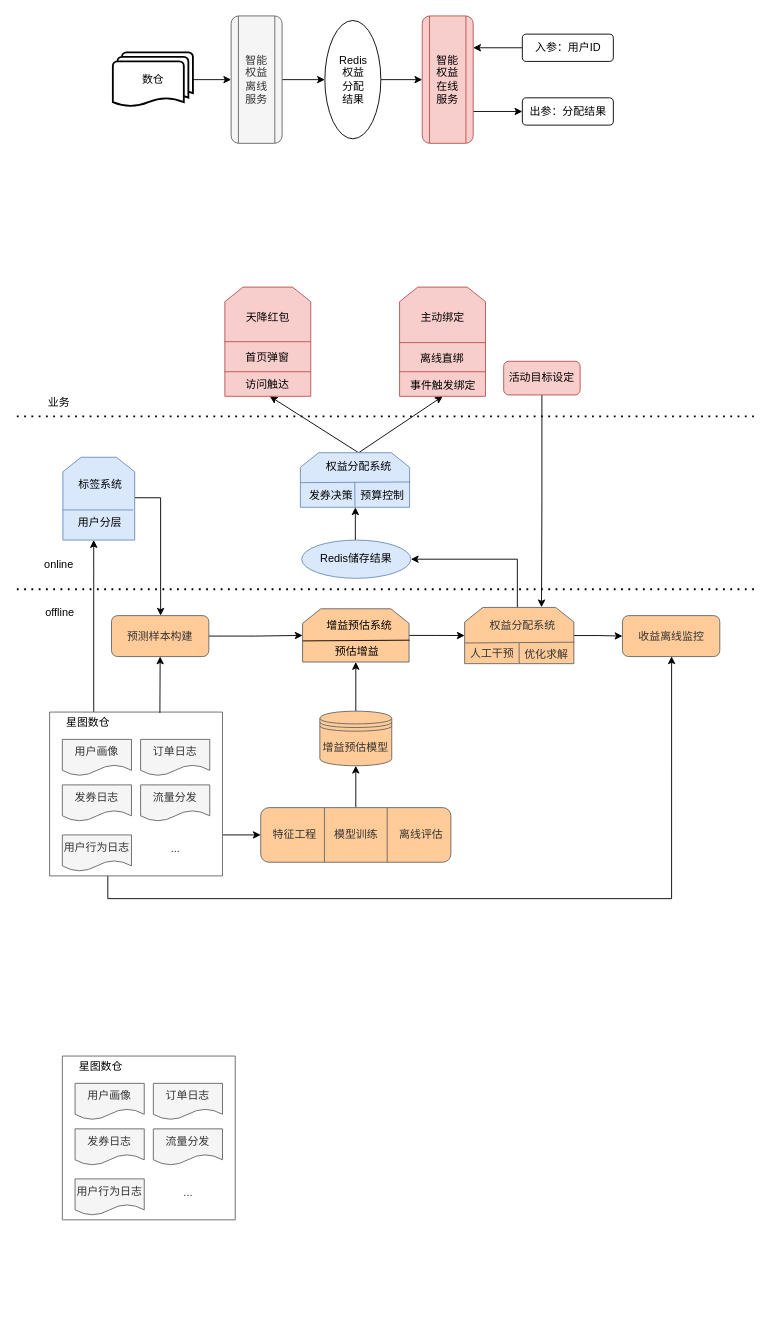
The draw.io diagram 小程序TRD.drawio in JintaiYang/drawio, before the edit. Source tidied: cells renumbered, new cells numbered last; positions are measured from the earlier drawing's top-left corner, leaving out a move shared by most shapes. Both pictures are drawn from the tidied source at 91%, with x=0, y=0 at pixel (16, 15).
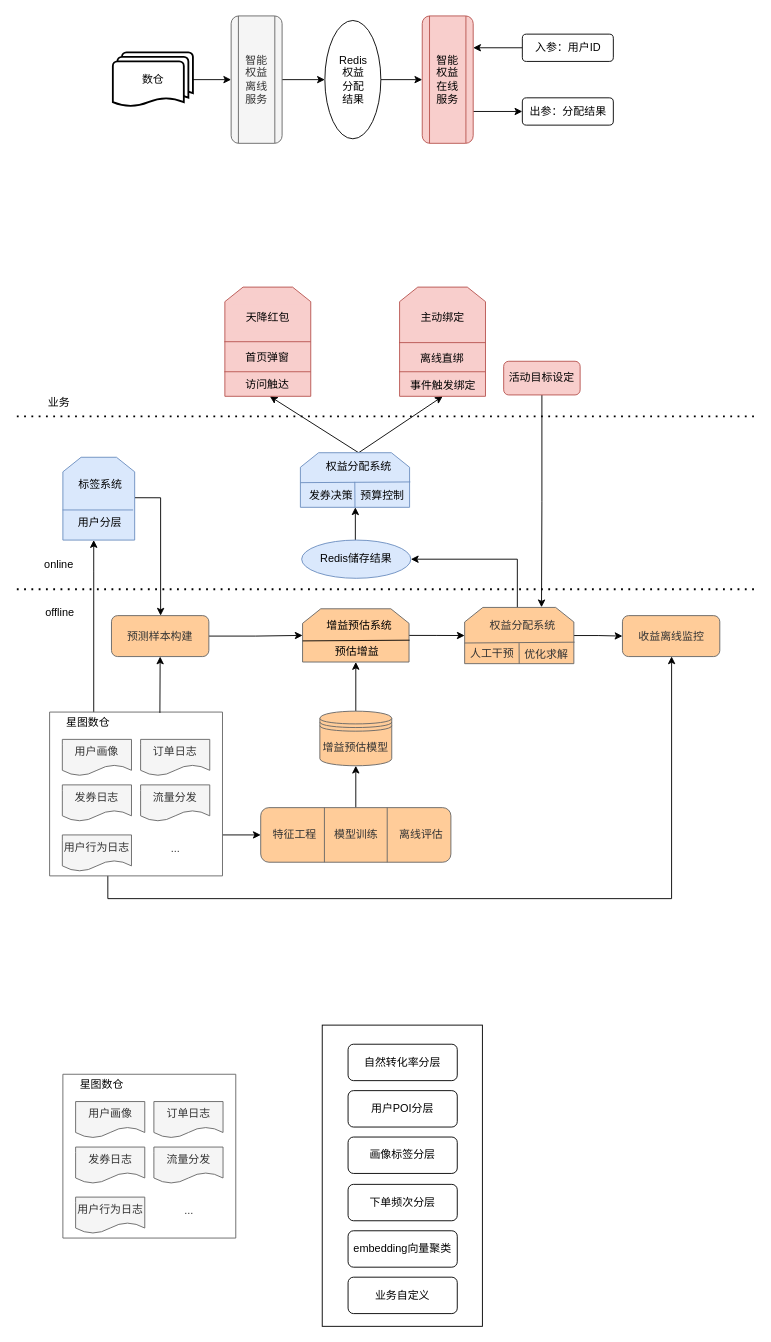
After the change.

Commit message (it also covers changes not shown here):
更新小程序TRD.drawio

What changed in the source:
```diff
@@
     <mxCell id="84" style="swimlane;startSize=0;rounded=1;arcSize=38;fillColor=#f5f5f5;fontColor=#333333;strokeColor=#666666;" parent="1" vertex="1">
-      <mxGeometry x="50" y="1143" width="190" height="180" as="geometry" />
+      <mxGeometry x="50.6" y="1163" width="190" height="180" as="geometry" />
     </mxCell>
@@
     <mxCell id="91" value="星图数仓" style="text;html=1;align=center;verticalAlign=middle;strokeColor=none;fillColor=none;" parent="1" vertex="1">
-      <mxGeometry x="57" y="1140" width="70" height="30" as="geometry" />
+      <mxGeometry x="57.6" y="1160" width="70" height="30" as="geometry" />
     </mxCell>
+    <mxCell id="92" style="rounded=0;whiteSpace=wrap;html=1;glass=0;sketch=0;strokeColor=#000000;strokeWidth=1;fillColor=none;gradientColor=none;" parent="1" vertex="1">
+      <mxGeometry x="335.6" y="1109" width="176" height="331" as="geometry" />
+    </mxCell>
+    <mxCell id="93" value="自然转化率分层" style="rounded=1;whiteSpace=wrap;html=1;glass=0;sketch=0;strokeColor=#000000;strokeWidth=1;fillColor=none;gradientColor=none;" parent="1" vertex="1">
+      <mxGeometry x="364" y="1130" width="120" height="40" as="geometry" />
+    </mxCell>
+    <mxCell id="94" value="用户POI分层" style="rounded=1;whiteSpace=wrap;html=1;glass=0;sketch=0;strokeColor=#000000;strokeWidth=1;fillColor=none;gradientColor=none;" parent="1" vertex="1">
+      <mxGeometry x="364" y="1181" width="120" height="40" as="geometry" />
+    </mxCell>
+    <mxCell id="95" value="画像标签分层" style="rounded=1;whiteSpace=wrap;html=1;glass=0;sketch=0;strokeColor=#000000;strokeWidth=1;fillColor=none;gradientColor=none;" parent="1" vertex="1">
+      <mxGeometry x="364" y="1232" width="120" height="40" as="geometry" />
+    </mxCell>
+    <mxCell id="96" value="下单频次分层" style="rounded=1;whiteSpace=wrap;html=1;glass=0;sketch=0;strokeColor=#000000;strokeWidth=1;fillColor=none;gradientColor=none;" parent="1" vertex="1">
+      <mxGeometry x="364" y="1284" width="120" height="40" as="geometry" />
+    </mxCell>
+    <mxCell id="97" value="embedding向量聚类" style="rounded=1;whiteSpace=wrap;html=1;glass=0;sketch=0;strokeColor=#000000;strokeWidth=1;fillColor=none;gradientColor=none;" parent="1" vertex="1">
+      <mxGeometry x="364" y="1335" width="120" height="40" as="geometry" />
+    </mxCell>
+    <mxCell id="98" value="业务自定义" style="rounded=1;whiteSpace=wrap;html=1;glass=0;sketch=0;strokeColor=#000000;strokeWidth=1;fillColor=none;gradientColor=none;" parent="1" vertex="1">
+      <mxGeometry x="364" y="1386" width="120" height="40" as="geometry" />
+    </mxCell>
```
